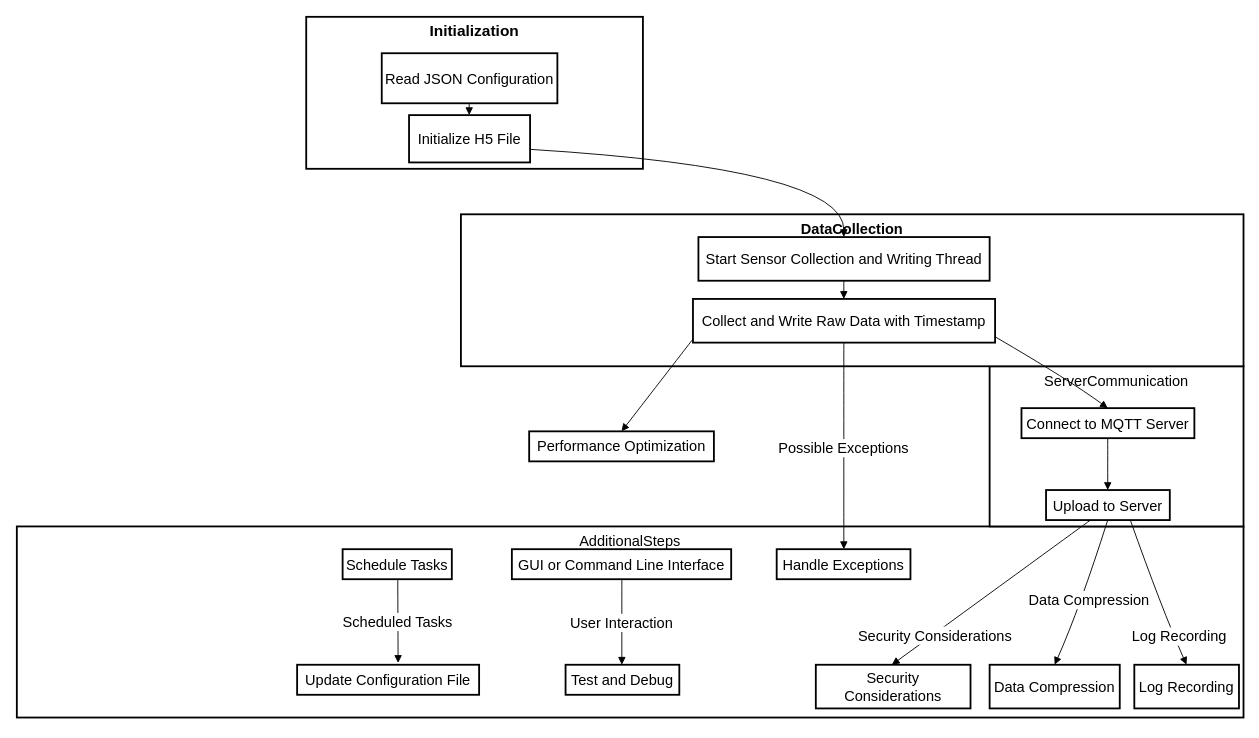
Before: build/未命名绘图.drawio in cowqer/-data-collection-service, a draw.io diagram. Source tidied: cells renumbered, new cells numbered last; positions are measured from the earlier drawing's top-left corner, leaving out a move shared by most shapes. Both pictures are drawn from the tidied source at 91%, with x=0, y=0 at pixel (16, 16).
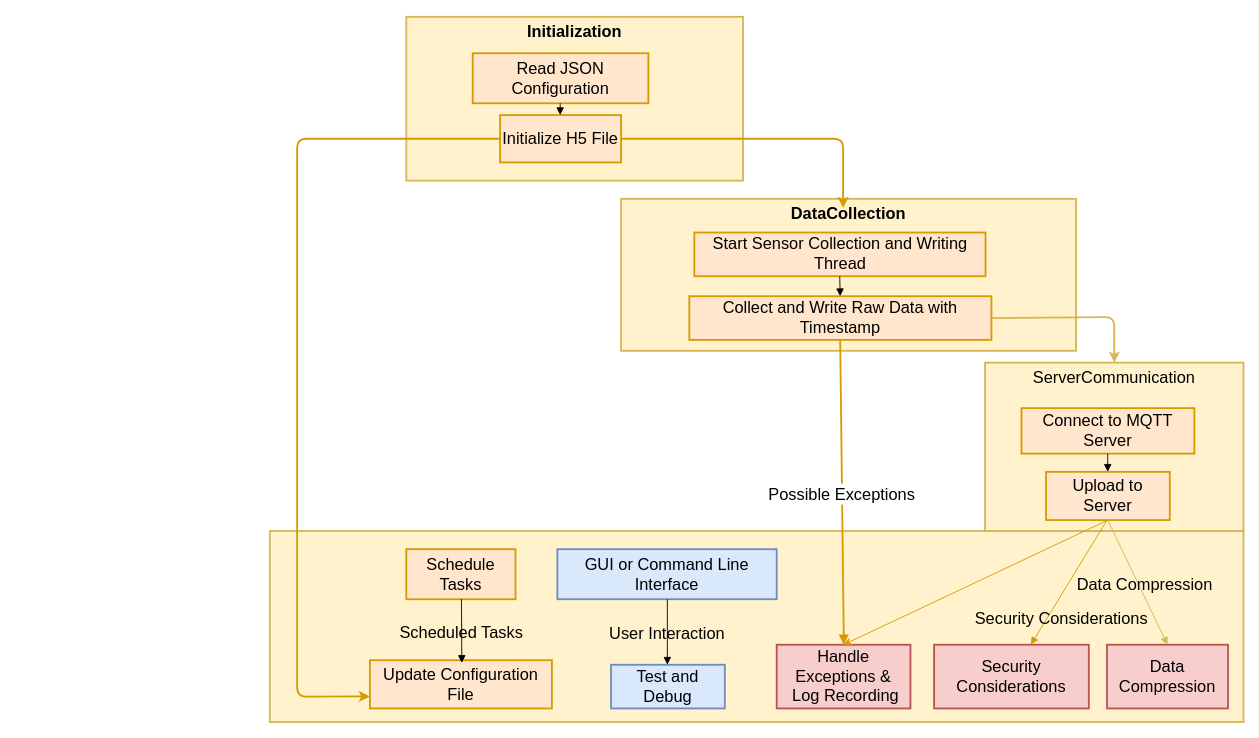
After the change.

Commit message (it also covers changes not shown here):
更新未命名绘图.drawio

What changed in the source:
```diff
@@
-<mxGraphModel>
+<mxGraphModel background="#ffffff">
@@
-    <mxCell id="2" value="AdditionalSteps" style="whiteSpace=wrap;strokeWidth=2;verticalAlign=top;fontSize=16;" parent="1" vertex="1">
-      <mxGeometry y="560" width="1348" height="210" as="geometry" />
+    <mxCell id="2" style="whiteSpace=wrap;strokeWidth=2;verticalAlign=top;fontSize=18;fillColor=#fff2cc;strokeColor=#d6b656;rounded=0;" parent="1" vertex="1">
+      <mxGeometry x="278" y="565" width="1070" height="210" as="geometry" />
     </mxCell>
-    <mxCell id="3" value="Handle Exceptions" style="whiteSpace=wrap;strokeWidth=2;fontSize=16;" parent="1" vertex="1">
-      <mxGeometry x="835" y="585" width="147" height="33" as="geometry" />
+    <mxCell id="3" value="Handle Exceptions &amp;&#10; Log Recording" style="whiteSpace=wrap;strokeWidth=2;fontSize=18;rounded=0;fillColor=#f8cecc;strokeColor=#b85450;" parent="1" vertex="1">
+      <mxGeometry x="835" y="690" width="147" height="70" as="geometry" />
     </mxCell>
-    <mxCell id="4" value="Log Recording" style="whiteSpace=wrap;strokeWidth=2;fontSize=16;" parent="1" vertex="1">
-      <mxGeometry x="1228" y="712" width="115" height="48" as="geometry" />
-    </mxCell>
-    <mxCell id="5" value="Data Compression" style="whiteSpace=wrap;strokeWidth=2;fontSize=16;" parent="1" vertex="1">
-      <mxGeometry x="1069" y="712" width="143" height="48" as="geometry" />
+    <mxCell id="5" value="Data Compression" style="whiteSpace=wrap;strokeWidth=2;fontSize=18;rounded=0;fillColor=#f8cecc;strokeColor=#b85450;" parent="1" vertex="1">
+      <mxGeometry x="1198" y="690" width="133" height="70" as="geometry" />
     </mxCell>
-    <mxCell id="6" value="Schedule Tasks" style="whiteSpace=wrap;strokeWidth=2;fontSize=16;" parent="1" vertex="1">
-      <mxGeometry x="358" y="585" width="120" height="33" as="geometry" />
+    <mxCell id="6" value="Schedule Tasks" style="whiteSpace=wrap;strokeWidth=2;fontSize=18;rounded=0;fillColor=#ffe6cc;strokeColor=#d79b00;" parent="1" vertex="1">
+      <mxGeometry x="428" y="585" width="120" height="55" as="geometry" />
     </mxCell>
-    <mxCell id="7" value="Update Configuration File" style="whiteSpace=wrap;strokeWidth=2;fontSize=16;" parent="1" vertex="1">
-      <mxGeometry x="308" y="712" width="200" height="33" as="geometry" />
+    <mxCell id="7" value="Update Configuration File" style="whiteSpace=wrap;strokeWidth=2;fontSize=18;rounded=0;fillColor=#ffe6cc;strokeColor=#d79b00;" parent="1" vertex="1">
+      <mxGeometry x="388" y="707" width="200" height="53" as="geometry" />
     </mxCell>
-    <mxCell id="8" value="Security Considerations" style="whiteSpace=wrap;strokeWidth=2;fontSize=16;" parent="1" vertex="1">
-      <mxGeometry x="878" y="712" width="170" height="48" as="geometry" />
+    <mxCell id="8" value="Security Considerations" style="whiteSpace=wrap;strokeWidth=2;fontSize=18;rounded=0;fillColor=#f8cecc;strokeColor=#b85450;" parent="1" vertex="1">
+      <mxGeometry x="1008" y="690" width="170" height="70" as="geometry" />
     </mxCell>
-    <mxCell id="9" value="Performance Optimization" style="whiteSpace=wrap;strokeWidth=2;fontSize=16;" parent="1" vertex="1">
-      <mxGeometry x="563" y="455.5" width="203" height="33" as="geometry" />
-    </mxCell>
-    <mxCell id="10" value="GUI or Command Line Interface" style="whiteSpace=wrap;strokeWidth=2;fontSize=16;" parent="1" vertex="1">
-      <mxGeometry x="544" y="585" width="241" height="33" as="geometry" />
+    <mxCell id="10" value="GUI or Command Line Interface" style="whiteSpace=wrap;strokeWidth=2;fontSize=18;rounded=0;fillColor=#dae8fc;strokeColor=#6c8ebf;" parent="1" vertex="1">
+      <mxGeometry x="594" y="585" width="241" height="55" as="geometry" />
     </mxCell>
-    <mxCell id="11" value="Test and Debug" style="whiteSpace=wrap;strokeWidth=2;fontSize=16;" parent="1" vertex="1">
-      <mxGeometry x="603" y="712" width="125" height="33" as="geometry" />
+    <mxCell id="11" value="Test and Debug" style="whiteSpace=wrap;strokeWidth=2;fontSize=18;rounded=0;fillColor=#dae8fc;strokeColor=#6c8ebf;" parent="1" vertex="1">
+      <mxGeometry x="653" y="712" width="125" height="48" as="geometry" />
     </mxCell>
-    <mxCell id="12" value="ServerCommunication" style="whiteSpace=wrap;strokeWidth=2;verticalAlign=top;fontSize=16;" parent="1" vertex="1">
-      <mxGeometry x="1069" y="384" width="279" height="176" as="geometry" />
+    <mxCell id="12" value="ServerCommunication" style="whiteSpace=wrap;strokeWidth=2;verticalAlign=top;fontSize=18;fillColor=#fff2cc;strokeColor=#d6b656;rounded=0;" parent="1" vertex="1">
+      <mxGeometry x="1064" y="380" width="284" height="185" as="geometry" />
     </mxCell>
-    <mxCell id="13" value="Connect to MQTT Server" style="whiteSpace=wrap;strokeWidth=2;fontSize=16;" parent="1" vertex="1">
-      <mxGeometry x="1104" y="430" width="190" height="33" as="geometry" />
+    <mxCell id="13" value="Connect to MQTT Server" style="whiteSpace=wrap;strokeWidth=2;fontSize=18;rounded=0;fillColor=#ffe6cc;strokeColor=#d79b00;" parent="1" vertex="1">
+      <mxGeometry x="1104" y="430" width="190" height="50" as="geometry" />
     </mxCell>
-    <mxCell id="14" value="Upload to Server" style="whiteSpace=wrap;strokeWidth=2;fontSize=16;" parent="1" vertex="1">
-      <mxGeometry x="1131" y="520" width="136" height="33" as="geometry" />
+    <mxCell id="14" value="Upload to Server" style="whiteSpace=wrap;strokeWidth=2;fontSize=18;rounded=0;fillColor=#ffe6cc;strokeColor=#d79b00;" parent="1" vertex="1">
+      <mxGeometry x="1131" y="500" width="136" height="53" as="geometry" />
     </mxCell>
-    <mxCell id="15" value="DataCollection" style="whiteSpace=wrap;strokeWidth=2;verticalAlign=top;fontSize=16;fontStyle=1;" parent="1" vertex="1">
-      <mxGeometry x="488" y="217" width="860" height="167" as="geometry" />
+    <mxCell id="15" value="DataCollection" style="whiteSpace=wrap;strokeWidth=2;verticalAlign=top;fontSize=18;fontStyle=1;labelBackgroundColor=none;fillColor=#fff2cc;strokeColor=#d6b656;rounded=0;" parent="1" vertex="1">
+      <mxGeometry x="664" y="200" width="500" height="167" as="geometry" />
     </mxCell>
-    <mxCell id="16" value="Start Sensor Collection and Writing Thread" style="whiteSpace=wrap;strokeWidth=2;fontSize=16;" parent="1" vertex="1">
-      <mxGeometry x="749" y="242" width="320" height="48" as="geometry" />
+    <mxCell id="16" value="Start Sensor Collection and Writing Thread" style="whiteSpace=wrap;strokeWidth=2;fontSize=18;rounded=0;fillColor=#ffe6cc;strokeColor=#d79b00;" parent="1" vertex="1">
+      <mxGeometry x="744.5" y="237" width="320" height="48" as="geometry" />
     </mxCell>
-    <mxCell id="17" value="Collect and Write Raw Data with Timestamp" style="whiteSpace=wrap;strokeWidth=2;fontSize=16;" parent="1" vertex="1">
-      <mxGeometry x="743" y="310" width="332" height="48" as="geometry" />
+    <mxCell id="17" value="Collect and Write Raw Data with Timestamp" style="whiteSpace=wrap;strokeWidth=2;fontSize=18;rounded=0;fillColor=#ffe6cc;strokeColor=#d79b00;" parent="1" vertex="1">
+      <mxGeometry x="739" y="307" width="332" height="48" as="geometry" />
     </mxCell>
-    <mxCell id="18" value="Initialization" style="whiteSpace=wrap;strokeWidth=2;verticalAlign=top;fontSize=17;fontStyle=1;" parent="1" vertex="1">
-      <mxGeometry x="318" width="370" height="167" as="geometry" />
+    <mxCell id="18" value="Initialization" style="whiteSpace=wrap;strokeWidth=2;verticalAlign=top;fontSize=18;fontStyle=1;fillColor=#fff2cc;strokeColor=#d6b656;rounded=0;" parent="1" vertex="1">
+      <mxGeometry x="428" width="370" height="180" as="geometry" />
     </mxCell>
-    <mxCell id="19" value="Read JSON Configuration" style="whiteSpace=wrap;strokeWidth=2;fontSize=16;" parent="1" vertex="1">
-      <mxGeometry x="401" y="40" width="193" height="55" as="geometry" />
+    <mxCell id="19" value="Read JSON Configuration" style="whiteSpace=wrap;strokeWidth=2;fontSize=18;rounded=0;fillColor=#ffe6cc;strokeColor=#d79b00;" parent="1" vertex="1">
+      <mxGeometry x="501" y="40" width="193" height="55" as="geometry" />
     </mxCell>
-    <mxCell id="20" value="Initialize H5 File" style="whiteSpace=wrap;strokeWidth=2;fontSize=16;" parent="1" vertex="1">
-      <mxGeometry x="431" y="108" width="133" height="52" as="geometry" />
+    <mxCell id="20" value="Initialize H5 File" style="whiteSpace=wrap;strokeWidth=2;fontSize=18;rounded=0;fillColor=#ffe6cc;strokeColor=#d79b00;" parent="1" vertex="1">
+      <mxGeometry x="531" y="108" width="133" height="52" as="geometry" />
     </mxCell>
-    <mxCell id="21" style="curved=1;startArrow=none;endArrow=block;exitX=0.4978991493659934;exitY=1.0121212583599668;entryX=0.4969513972002761;entryY=0.012121258359966856;rounded=0;fontSize=16;" parent="1" edge="1" source="19" target="20">
+    <mxCell id="21" style="curved=1;startArrow=none;endArrow=block;exitX=0.4978991493659934;exitY=1.0121212583599668;entryX=0.4969513972002761;entryY=0.012121258359966856;rounded=0;fontSize=18;" parent="1" edge="1" source="19" target="20">
       <mxGeometry relative="1" as="geometry" />
     </mxCell>
-    <mxCell id="22" style="curved=1;startArrow=none;endArrow=block;exitX=0.995641493259516;exitY=0.7217611453245629;entryX=0.49932863712310793;entryY=-0.006060513583096591;rounded=0;fontSize=16;" parent="1" edge="1" source="20" target="16">
-      <mxGeometry relative="1" as="geometry">
-        <Array as="points">
-          <mxPoint x="909" y="167" />
-        </Array>
-      </mxGeometry>
-    </mxCell>
-    <mxCell id="23" style="curved=1;startArrow=none;endArrow=block;exitX=0.49932863712310793;exitY=1.0060607447768704;entryX=0.49935290325118836;entryY=0.006060744776870265;rounded=0;fontSize=16;" parent="1" edge="1" source="16" target="17">
+    <mxCell id="23" style="curved=1;startArrow=none;endArrow=block;exitX=0.49932863712310793;exitY=1.0060607447768704;entryX=0.49935290325118836;entryY=0.006060744776870265;rounded=0;fontSize=18;" parent="1" edge="1" source="16" target="17">
       <mxGeometry relative="1" as="geometry" />
     </mxCell>
-    <mxCell id="24" style="curved=1;startArrow=none;endArrow=block;exitX=0.9989575995020119;exitY=0.8649819427383766;entryX=0.49884872436523436;entryY=1.7339533025568182e-7;rounded=0;fontSize=16;" parent="1" edge="1" source="17" target="13">
-      <mxGeometry relative="1" as="geometry">
-        <Array as="points">
-          <mxPoint x="1158" y="400" />
-        </Array>
-      </mxGeometry>
-    </mxCell>
-    <mxCell id="25" style="curved=1;startArrow=none;endArrow=block;exitX=0.49884872436523436;exitY=1.0121214317552971;entryX=0.49839160021613627;entryY=0.012121431755297112;rounded=0;fontSize=16;" parent="1" edge="1" source="13" target="14">
+    <mxCell id="25" style="curved=1;startArrow=none;endArrow=block;exitX=0.49884872436523436;exitY=1.0121214317552971;entryX=0.49839160021613627;entryY=0.012121431755297112;rounded=0;fontSize=18;" parent="1" edge="1" source="13" target="14">
       <mxGeometry relative="1" as="geometry" />
     </mxCell>
-    <mxCell id="26" value="Possible Exceptions" style="curved=1;startArrow=none;endArrow=block;exitX=0.49935290325118836;exitY=1.0181820031368372;entryX=0.5019398903360173;entryY=0.012121431755297112;rounded=0;fontSize=16;" parent="1" edge="1" source="17" target="3">
+    <mxCell id="26" value="Possible Exceptions" style="startArrow=none;endArrow=block;exitX=0.49935290325118836;exitY=1.0181820031368372;entryX=0.5019398903360173;entryY=0.012121431755297112;rounded=1;fontSize=18;strokeWidth=2;fillColor=#ffe6cc;strokeColor=#d79b00;" parent="1" edge="1" source="17" target="3">
       <mxGeometry x="0.01" relative="1" as="geometry" />
     </mxCell>
-    <mxCell id="27" value="Log Recording" style="curved=1;startArrow=none;endArrow=block;exitX=0.6897087310329837;exitY=1.024242690115264;entryX=0.49900144494098164;entryY=0.006060860373757102;rounded=0;fontSize=16;" parent="1" edge="1" source="14" target="4">
-      <mxGeometry x="0.62" y="6" relative="1" as="geometry">
-        <Array as="points">
-          <mxPoint x="1258" y="650" />
-        </Array>
-      </mxGeometry>
-    </mxCell>
-    <mxCell id="28" value="Data Compression" style="curved=1;startArrow=none;endArrow=block;exitX=0.49839160021613627;exitY=1.024242690115264;entryX=0.4997214470709954;entryY=0.006060860373757102;rounded=0;fontSize=16;" parent="1" edge="1" source="14" target="5">
-      <mxGeometry x="0.05" y="7" relative="1" as="geometry">
-        <Array as="points">
-          <mxPoint x="1168" y="650" />
-        </Array>
-      </mxGeometry>
+    <mxCell id="28" value="Data Compression" style="curved=1;startArrow=none;endArrow=block;exitX=0.49839160021613627;exitY=1.024242690115264;entryX=0.4997214470709954;entryY=0.006060860373757102;rounded=0;fontSize=18;labelBackgroundColor=none;fillColor=#fff2cc;strokeColor=#d6b656;" parent="1" edge="1" source="14" target="5">
+      <mxGeometry x="0.05" y="7" relative="1" as="geometry" />
     </mxCell>
-    <mxCell id="29" value="Scheduled Tasks" style="curved=1;startArrow=none;endArrow=block;exitX=0.5052408854166667;exitY=1.024242690115264;rounded=0;fontSize=16;" parent="1" edge="1" source="6">
+    <mxCell id="29" value="Scheduled Tasks" style="curved=1;startArrow=none;endArrow=block;exitX=0.5052408854166667;exitY=1.024242690115264;rounded=0;fontSize=18;labelBackgroundColor=none;" parent="1" edge="1" source="6">
       <mxGeometry relative="1" as="geometry">
-        <mxPoint x="419" y="710" as="targetPoint" />
+        <mxPoint x="489" y="710" as="targetPoint" />
       </mxGeometry>
     </mxCell>
-    <mxCell id="30" value="Security Considerations" style="curved=1;startArrow=none;endArrow=block;exitX=0.336521500816621;exitY=1.024242690115264;entryX=0.500397062041069;entryY=0.006060860373757102;rounded=0;fontSize=16;" parent="1" edge="1">
-      <mxGeometry x="0.58" y="1" relative="1" as="geometry">
-        <mxPoint x="1179.8" y="553" as="sourcePoint" />
-        <mxPoint x="961.6" y="712" as="targetPoint" />
-        <mxPoint x="1" as="offset" />
+    <mxCell id="30" value="Security Considerations" style="curved=1;startArrow=none;endArrow=block;rounded=0;fontSize=18;fillColor=#ffe6cc;strokeColor=#d79b00;labelBackgroundColor=none;" parent="1" edge="1" target="8">
+      <mxGeometry x="0.46" y="13" relative="1" as="geometry">
+        <mxPoint x="1198" y="553" as="sourcePoint" />
       </mxGeometry>
     </mxCell>
-    <mxCell id="31" style="curved=1;startArrow=none;endArrow=block;exitX=-0.0002517929996352598;exitY=0.9181465258849891;entryX=0.5003271243842364;entryY=0.012121431755297112;rounded=0;fontSize=16;" parent="1" edge="1" source="17" target="9">
-      <mxGeometry x="-0.36" y="-100" relative="1" as="geometry" />
-    </mxCell>
-    <mxCell id="32" value="User Interaction" style="curved=1;startArrow=none;endArrow=block;exitX=0.501520370546713;exitY=1.024242690115264;entryX=0.4949312744140625;entryY=0.006060860373757102;rounded=0;fontSize=16;" parent="1" edge="1" source="10" target="11">
+    <mxCell id="32" value="User Interaction" style="curved=1;startArrow=none;endArrow=block;exitX=0.501520370546713;exitY=1.024242690115264;entryX=0.4949312744140625;entryY=0.006060860373757102;rounded=0;fontSize=18;labelBackgroundColor=none;" parent="1" edge="1" source="10" target="11">
       <mxGeometry relative="1" as="geometry" />
     </mxCell>
+    <mxCell id="33" style="endArrow=classic;html=1;rounded=1;exitX=0;exitY=0.5;exitDx=0;exitDy=0;entryX=0;entryY=0.75;entryDx=0;entryDy=0;fontSize=18;fillColor=#ffe6cc;strokeColor=#d79b00;strokeWidth=2;" parent="1" edge="1" source="20" target="7">
+      <mxGeometry relative="1" as="geometry">
+        <Array as="points">
+          <mxPoint x="308" y="134" />
+          <mxPoint x="308" y="747" />
+        </Array>
+      </mxGeometry>
+    </mxCell>
+    <mxCell id="34" style="endArrow=classic;html=1;rounded=1;exitX=1;exitY=0.5;exitDx=0;exitDy=0;fontSize=18;fontStyle=1;fillColor=#ffe6cc;strokeColor=#d79b00;strokeWidth=2;" parent="1" edge="1" source="20">
+      <mxGeometry relative="1" as="geometry">
+        <mxPoint x="908" y="210" as="targetPoint" />
+        <Array as="points">
+          <mxPoint x="908" y="134" />
+          <mxPoint x="908" y="160" />
+        </Array>
+      </mxGeometry>
+    </mxCell>
+    <mxCell id="35" style="endArrow=classic;html=1;rounded=1;exitX=1;exitY=0.5;exitDx=0;exitDy=0;entryX=0.5;entryY=0;entryDx=0;entryDy=0;fillColor=#fff2cc;strokeColor=#d6b656;strokeWidth=2;" parent="1" edge="1" source="17" target="12">
+      <mxGeometry relative="1" as="geometry">
+        <Array as="points">
+          <mxPoint x="1206" y="330" />
+          <mxPoint x="1206" y="350" />
+        </Array>
+      </mxGeometry>
+    </mxCell>
+    <mxCell id="36" style="endArrow=classic;html=1;rounded=0;exitX=0.5;exitY=1;exitDx=0;exitDy=0;entryX=0.5;entryY=0;entryDx=0;entryDy=0;fillColor=#ffe6cc;strokeColor=#d79b00;" parent="1" edge="1" source="14" target="3">
+      <mxGeometry relative="1" as="geometry" />
+    </mxCell>
```
